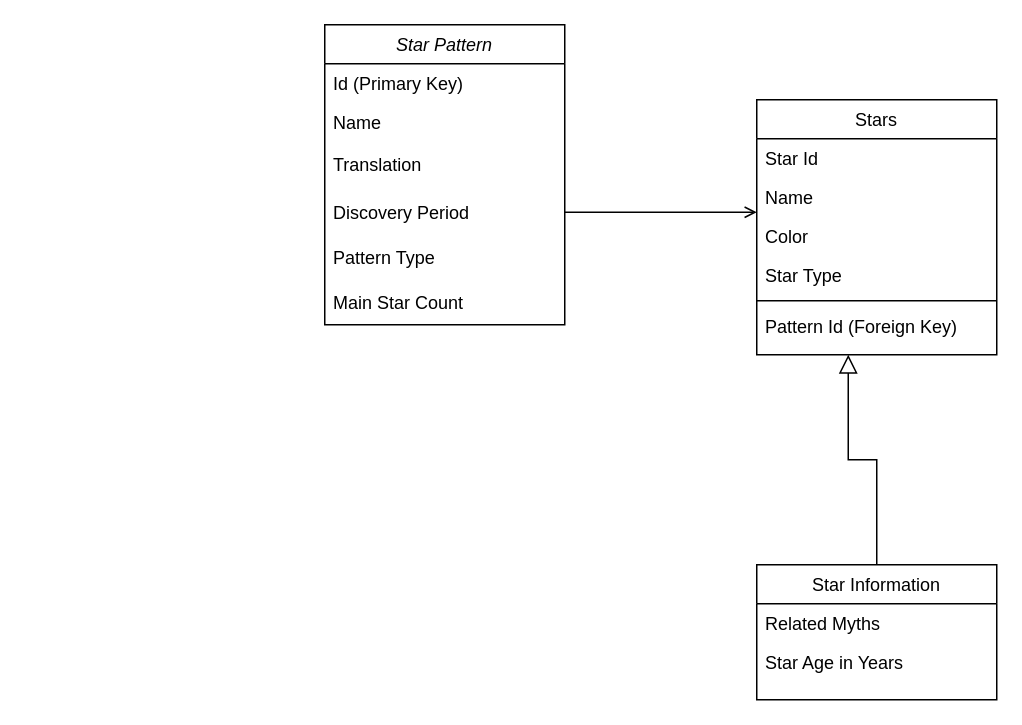
This is Starlit_One_Diagram.drawio from Palgur-Github/Starlit_One--An_Astronomical_Catalog_Application, a draw.io file, before an edit. Source tidied: cells renumbered, new cells numbered last; positions are measured from the earlier drawing's top-left corner, leaving out a move shared by most shapes. Both pictures are drawn from the tidied source at 150%, with x=0, y=0 at pixel (324, 24).
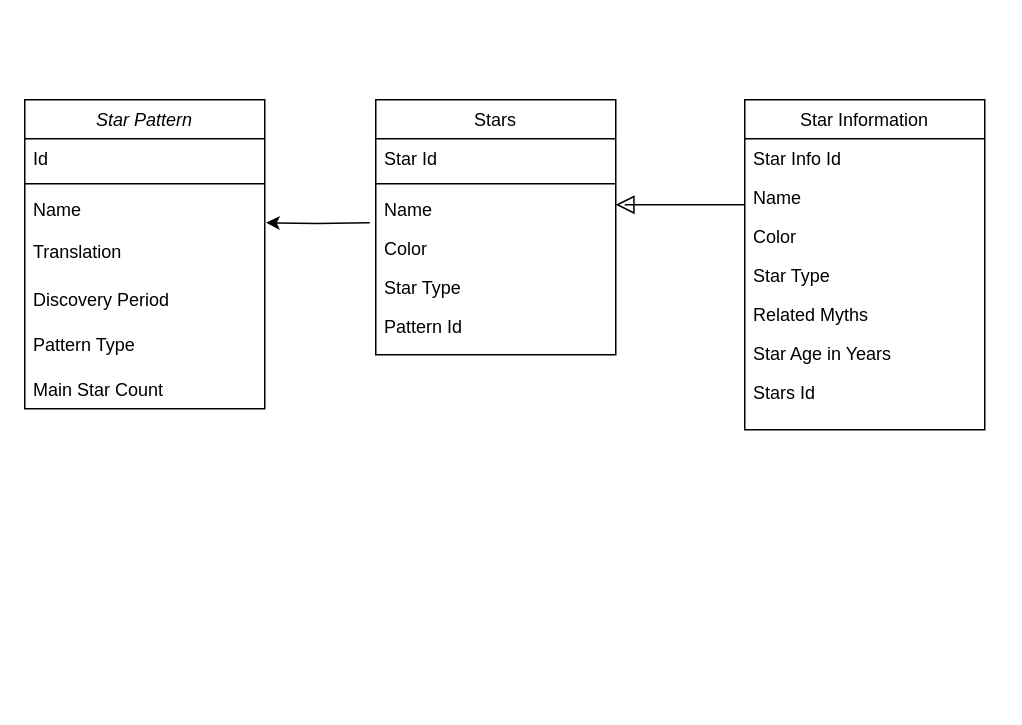
Above is the later version.

Change to the diagram source:
```diff
@@
     <mxCell id="2" value="Star Pattern" style="swimlane;fontStyle=2;align=center;verticalAlign=top;horizontal=1;startSize=26;rounded=0;shadow=0;strokeWidth=1;" parent="1" vertex="1">
-      <mxGeometry width="160" height="200" as="geometry" />
+      <mxGeometry x="-200" y="50" width="160" height="206" as="geometry" />
     </mxCell>
-    <mxCell id="3" value="Id (Primary Key)" style="text;align=left;verticalAlign=top;spacingLeft=4;spacingRight=4;overflow=hidden;" parent="2" vertex="1">
+    <mxCell id="3" value="Id" style="text;align=left;verticalAlign=top;spacingLeft=4;spacingRight=4;overflow=hidden;" parent="2" vertex="1">
       <mxGeometry y="26" width="160" height="26" as="geometry" />
     </mxCell>
+    <mxCell id="21" style="line;html=1;strokeWidth=1;align=left;verticalAlign=middle;spacingTop=-1;spacingLeft=3;spacingRight=3;labelPosition=right;" parent="2" vertex="1">
+      <mxGeometry y="52" width="160" height="8" as="geometry" />
+    </mxCell>
     <mxCell id="4" value="Name" style="text;align=left;verticalAlign=top;spacingLeft=4;spacingRight=4;overflow=hidden;points=[[0,0.5],[1,0.5]];portConstraint=eastwest;rounded=0;shadow=0;html=0;" parent="2" vertex="1">
-      <mxGeometry y="52" width="160" height="28" as="geometry" />
+      <mxGeometry y="60" width="160" height="28" as="geometry" />
     </mxCell>
     <mxCell id="5" value="Translation" style="text;align=left;verticalAlign=top;spacingLeft=4;spacingRight=4;overflow=hidden;rounded=0;shadow=0;html=0;" parent="2" vertex="1">
-      <mxGeometry y="80" width="160" height="32" as="geometry" />
+      <mxGeometry y="88" width="160" height="32" as="geometry" />
     </mxCell>
     <mxCell id="6" value="Discovery Period" style="text;align=left;verticalAlign=top;spacingLeft=4;spacingRight=4;overflow=hidden;" parent="2" vertex="1">
-      <mxGeometry y="112" width="160" height="30" as="geometry" />
+      <mxGeometry y="120" width="160" height="30" as="geometry" />
     </mxCell>
     <mxCell id="7" value="Pattern Type" style="text;align=left;verticalAlign=top;spacingLeft=4;spacingRight=4;overflow=hidden;" parent="2" vertex="1">
-      <mxGeometry y="142" width="160" height="30" as="geometry" />
+      <mxGeometry y="150" width="160" height="30" as="geometry" />
     </mxCell>
     <mxCell id="8" value="Main Star Count" style="text;align=left;verticalAlign=top;spacingLeft=4;spacingRight=4;overflow=hidden;" parent="2" vertex="1">
-      <mxGeometry y="172" width="160" height="26" as="geometry" />
+      <mxGeometry y="180" width="160" height="26" as="geometry" />
     </mxCell>
     <mxCell id="9" value="Star Information" style="swimlane;fontStyle=0;align=center;verticalAlign=top;horizontal=1;startSize=26;rounded=0;shadow=0;strokeWidth=1;" parent="1" vertex="1">
-      <mxGeometry x="288" y="360" width="160" height="90" as="geometry" />
+      <mxGeometry x="280" y="50" width="160" height="220" as="geometry" />
     </mxCell>
+    <mxCell id="22" value="Star Info Id" style="text;align=left;verticalAlign=top;spacingLeft=4;spacingRight=4;overflow=hidden;rounded=0;shadow=0;html=0;" parent="9" vertex="1">
+      <mxGeometry y="26" width="160" height="26" as="geometry" />
+    </mxCell>
+    <mxCell id="23" value="Name" style="text;align=left;verticalAlign=top;spacingLeft=4;spacingRight=4;overflow=hidden;rounded=0;shadow=0;html=0;" parent="9" vertex="1">
+      <mxGeometry y="52" width="160" height="26" as="geometry" />
+    </mxCell>
+    <mxCell id="24" value="Color" style="text;align=left;verticalAlign=top;spacingLeft=4;spacingRight=4;overflow=hidden;rounded=0;shadow=0;html=0;" parent="9" vertex="1">
+      <mxGeometry y="78" width="160" height="26" as="geometry" />
+    </mxCell>
+    <mxCell id="25" value="Star Type" style="text;align=left;verticalAlign=top;spacingLeft=4;spacingRight=4;overflow=hidden;rounded=0;shadow=0;html=0;" parent="9" vertex="1">
+      <mxGeometry y="104" width="160" height="26" as="geometry" />
+    </mxCell>
     <mxCell id="10" value="Related Myths" style="text;align=left;verticalAlign=top;spacingLeft=4;spacingRight=4;overflow=hidden;" parent="9" vertex="1">
-      <mxGeometry y="26" width="160" height="26" as="geometry" />
+      <mxGeometry y="130" width="160" height="26" as="geometry" />
     </mxCell>
     <mxCell id="11" value="Star Age in Years" style="text;align=left;verticalAlign=top;spacingLeft=4;spacingRight=4;overflow=hidden;rounded=0;shadow=0;html=0;" parent="9" vertex="1">
-      <mxGeometry y="52" width="160" height="26" as="geometry" />
+      <mxGeometry y="156" width="160" height="26" as="geometry" />
     </mxCell>
+    <mxCell id="26" value="Stars Id" style="text;align=left;verticalAlign=top;spacingLeft=4;spacingRight=4;overflow=hidden;" parent="9" vertex="1">
+      <mxGeometry y="182" width="160" height="26" as="geometry" />
+    </mxCell>
-    <mxCell id="12" style="endArrow=block;endSize=10;endFill=0;shadow=0;strokeWidth=1;rounded=0;curved=0;edgeStyle=elbowEdgeStyle;elbow=vertical;" parent="1" edge="1" source="9">
+    <mxCell id="12" style="endArrow=block;endSize=10;endFill=0;shadow=0;strokeWidth=1;rounded=0;curved=0;edgeStyle=elbowEdgeStyle;elbow=vertical;" parent="1" edge="1" source="9" target="15">
       <mxGeometry relative="1" as="geometry">
-        <mxPoint x="349" y="220" as="targetPoint" />
+        <Array as="points">
+          <mxPoint x="200" y="120" />
+        </Array>
       </mxGeometry>
     </mxCell>
+    <mxCell id="27" style="edgeStyle=orthogonalEdgeStyle;rounded=0;jettySize=auto;html=1;entryX=1.006;entryY=0.786;entryDx=0;entryDy=0;entryPerimeter=0;" parent="1" edge="1" target="4">
+      <mxGeometry relative="1" as="geometry">
+        <mxPoint x="30" y="132" as="sourcePoint" />
+      </mxGeometry>
+    </mxCell>
     <mxCell id="13" value="Stars" style="swimlane;fontStyle=0;align=center;verticalAlign=top;horizontal=1;startSize=26;rounded=0;shadow=0;strokeWidth=1;" parent="1" vertex="1">
-      <mxGeometry x="288" y="50" width="160" height="170" as="geometry" />
+      <mxGeometry x="34" y="50" width="160" height="170" as="geometry" />
     </mxCell>
@@
+    <mxCell id="18" style="line;html=1;strokeWidth=1;align=left;verticalAlign=middle;spacingTop=-1;spacingLeft=3;spacingRight=3;labelPosition=right;" parent="13" vertex="1">
+      <mxGeometry y="52" width="160" height="8" as="geometry" />
+    </mxCell>
     <mxCell id="15" value="Name" style="text;align=left;verticalAlign=top;spacingLeft=4;spacingRight=4;overflow=hidden;points=[[0,0.5],[1,0.5]];portConstraint=eastwest;rounded=0;shadow=0;html=0;" parent="13" vertex="1">
-      <mxGeometry y="52" width="160" height="26" as="geometry" />
+      <mxGeometry y="60" width="160" height="26" as="geometry" />
     </mxCell>
     <mxCell id="16" value="Color" style="text;align=left;verticalAlign=top;spacingLeft=4;spacingRight=4;overflow=hidden;rounded=0;shadow=0;html=0;" parent="13" vertex="1">
-      <mxGeometry y="78" width="160" height="26" as="geometry" />
+      <mxGeometry y="86" width="160" height="26" as="geometry" />
     </mxCell>
     <mxCell id="17" value="Star Type" style="text;align=left;verticalAlign=top;spacingLeft=4;spacingRight=4;overflow=hidden;rounded=0;shadow=0;html=0;" parent="13" vertex="1">
-      <mxGeometry y="104" width="160" height="26" as="geometry" />
+      <mxGeometry y="112" width="160" height="26" as="geometry" />
     </mxCell>
-    <mxCell id="18" style="line;html=1;strokeWidth=1;align=left;verticalAlign=middle;spacingTop=-1;spacingLeft=3;spacingRight=3;labelPosition=right;" parent="13" vertex="1">
-      <mxGeometry y="130" width="160" height="8" as="geometry" />
-    </mxCell>
-    <mxCell id="19" value="Pattern Id (Foreign Key)" style="text;align=left;verticalAlign=top;spacingLeft=4;spacingRight=4;overflow=hidden;" parent="13" vertex="1">
+    <mxCell id="19" value="Pattern Id" style="text;align=left;verticalAlign=top;spacingLeft=4;spacingRight=4;overflow=hidden;" parent="13" vertex="1">
       <mxGeometry y="138" width="160" height="26" as="geometry" />
     </mxCell>
-    <mxCell id="20" style="endArrow=open;shadow=0;strokeWidth=1;rounded=0;curved=0;endFill=1;edgeStyle=elbowEdgeStyle;elbow=vertical;" parent="1" edge="1" source="2" target="13">
-      <mxGeometry x="0.5" y="41" relative="1" as="geometry">
-        <mxPoint x="-40" y="32" as="offset" />
-      </mxGeometry>
-    </mxCell>
```
